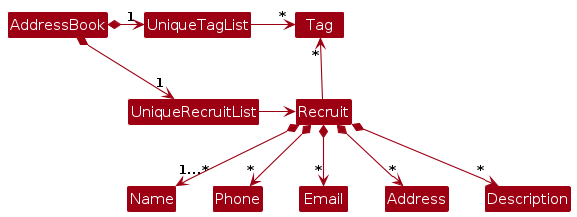
The PlantUML diagram diagrams/BetterModelClassDiagram.png in AY2526S1-CS2103T-F09-3/tp, before a commit. Its source is kept beside it as diagrams/BetterModelClassDiagram.puml.
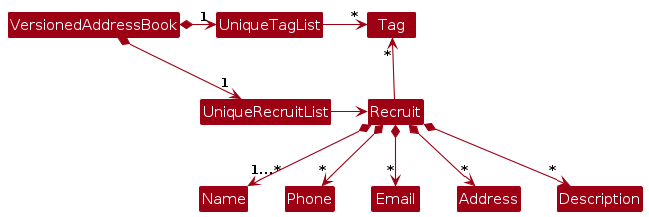
After the commit.

Change to the diagram source:
```diff
@@ -4,8 +4,8 @@
 skinparam arrowColor MODEL_COLOR
 skinparam classBackgroundColor MODEL_COLOR
 
-AddressBook *-right-> "1" UniqueRecruitList
-AddressBook *-right-> "1" UniqueTagList
+VersionedAddressBook *-right-> "1" UniqueRecruitList
+VersionedAddressBook *-right-> "1" UniqueTagList
 UniqueTagList -[hidden]down- UniqueRecruitList
 UniqueTagList -[hidden]down- UniqueRecruitList
 
```
